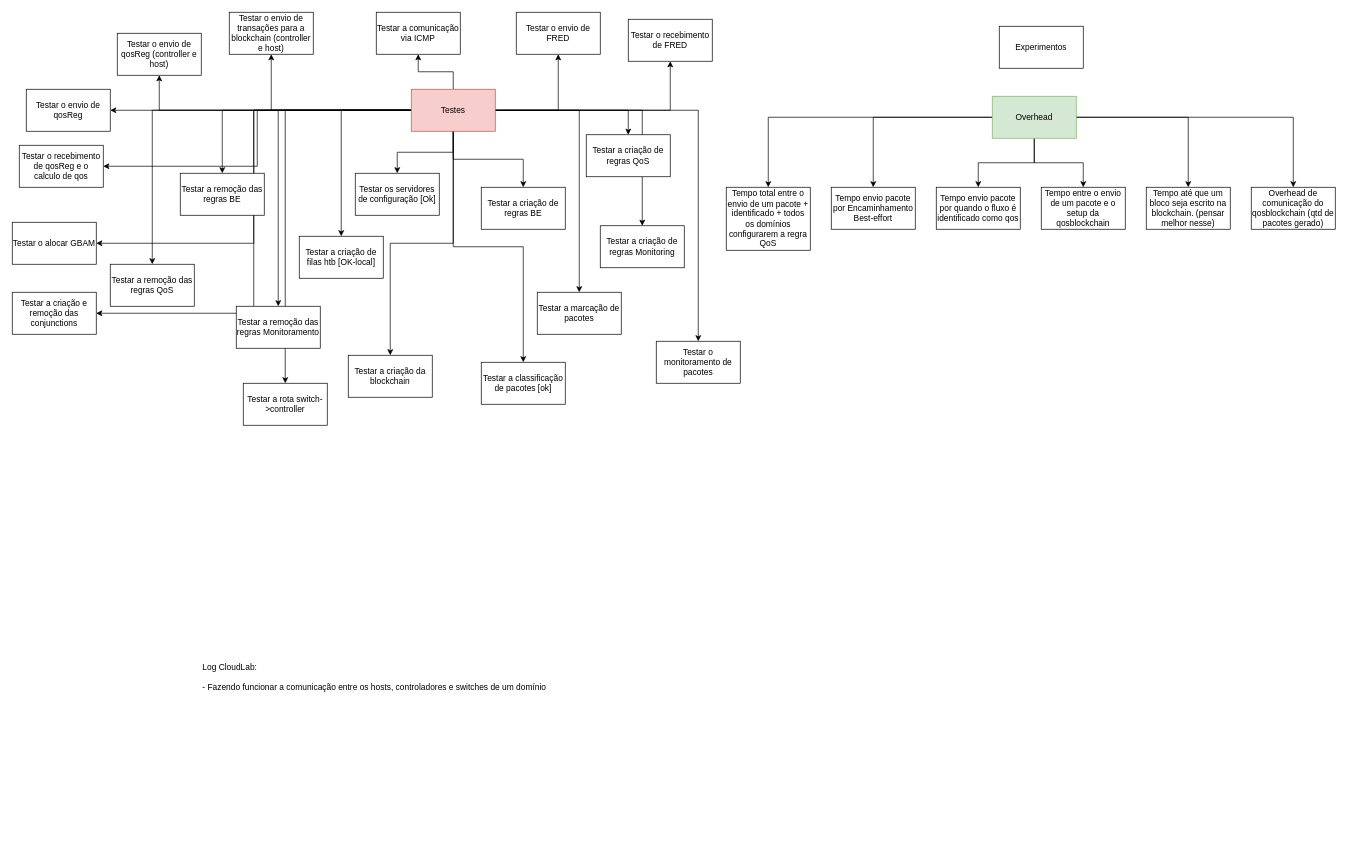
Before: page "Experimentos" (2 of 10) of planejamento_diario.drawio in NiltonMocelin/FLOWPRI-SDN2, a draw.io diagram. Source tidied: cells renumbered, new cells numbered last; positions are measured from the earlier drawing's top-left corner, leaving out a move shared by most shapes. Both pictures are drawn from the tidied source at 70%, with x=0, y=0 at pixel (12, 12).
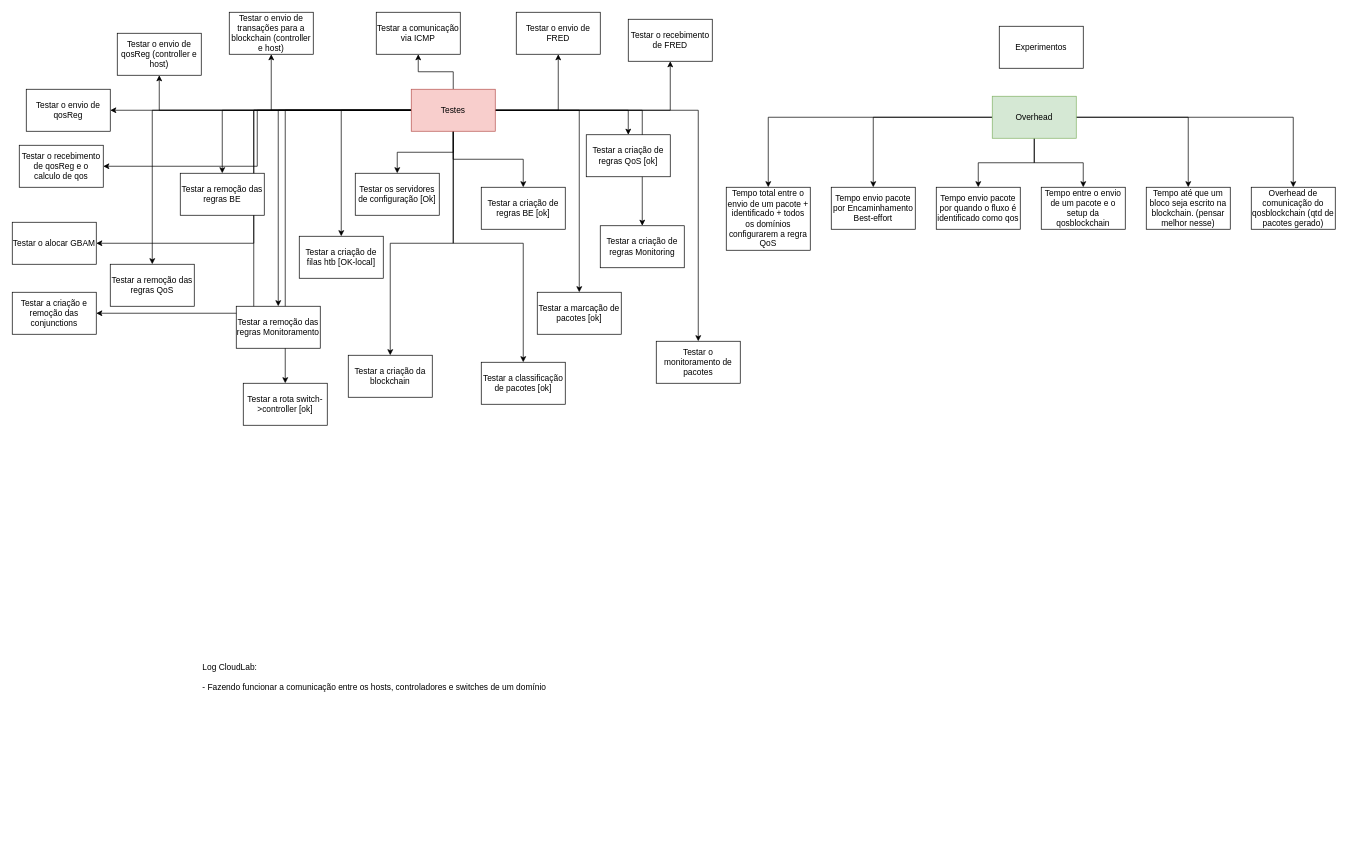
After the change.

Unchanged cells that the change refers to:
```xml
<mxCell id="37" value="Testes" style="rounded=0;whiteSpace=wrap;html=1;fillColor=#f8cecc;strokeColor=#b85450;" parent="1" vertex="1">
  <mxGeometry x="570" y="110" width="120" height="60" as="geometry" />
</mxCell>
<mxCell id="49" value="Testar a classificação de pacotes [ok]" style="rounded=0;whiteSpace=wrap;html=1;" parent="1" vertex="1">
  <mxGeometry x="670" y="500" width="120" height="60" as="geometry" />
</mxCell>
```

Change to the diagram source:
```diff
@@
     <mxCell id="25" style="edgeStyle=orthogonalEdgeStyle;rounded=0;jettySize=auto;html=1;" parent="1" edge="1" source="37" target="49">
-      <mxGeometry relative="1" as="geometry" />
+      <mxGeometry relative="1" as="geometry">
+        <Array as="points">
+          <mxPoint x="630" y="330" />
+          <mxPoint x="730" y="330" />
+        </Array>
+      </mxGeometry>
     </mxCell>
@@
-    <mxCell id="39" value="Testar a criação de regras BE" style="rounded=0;whiteSpace=wrap;html=1;" parent="1" vertex="1">
+    <mxCell id="39" value="Testar a criação de regras BE [ok]" style="rounded=0;whiteSpace=wrap;html=1;" parent="1" vertex="1">
       <mxGeometry x="670" y="250" width="120" height="60" as="geometry" />
     </mxCell>
-    <mxCell id="40" value="Testar a criação de regras QoS" style="rounded=0;whiteSpace=wrap;html=1;" parent="1" vertex="1">
+    <mxCell id="40" value="Testar a criação de regras QoS [ok]" style="rounded=0;whiteSpace=wrap;html=1;" parent="1" vertex="1">
       <mxGeometry x="820" y="175" width="120" height="60" as="geometry" />
     </mxCell>
@@
-    <mxCell id="47" value="Testar a marcação de pacotes" style="rounded=0;whiteSpace=wrap;html=1;" parent="1" vertex="1">
+    <mxCell id="47" value="Testar a marcação de pacotes [ok]" style="rounded=0;whiteSpace=wrap;html=1;" parent="1" vertex="1">
       <mxGeometry x="750" y="400" width="120" height="60" as="geometry" />
     </mxCell>
@@
-    <mxCell id="60" value="Testar a rota switch-&amp;gt;controller" style="rounded=0;whiteSpace=wrap;html=1;" parent="1" vertex="1">
+    <mxCell id="60" value="Testar a rota switch-&amp;gt;controller [ok]" style="rounded=0;whiteSpace=wrap;html=1;" parent="1" vertex="1">
       <mxGeometry x="330" y="530" width="120" height="60" as="geometry" />
     </mxCell>
```
